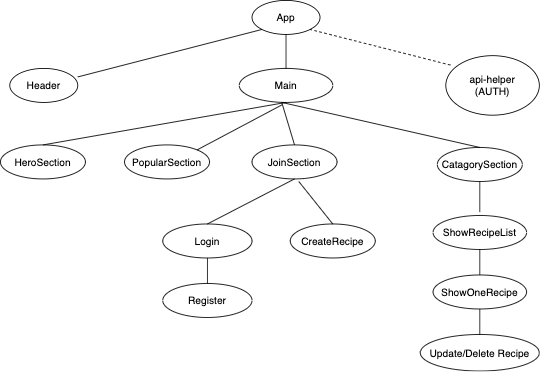
Before: readmeDoc/components.png, a diagram exported from draw.io (kaych26/theRecipeBox). Source tidied: cells renumbered, new cells last; positions are measured from the earlier drawing's top-left corner, leaving out a move shared by most shapes.
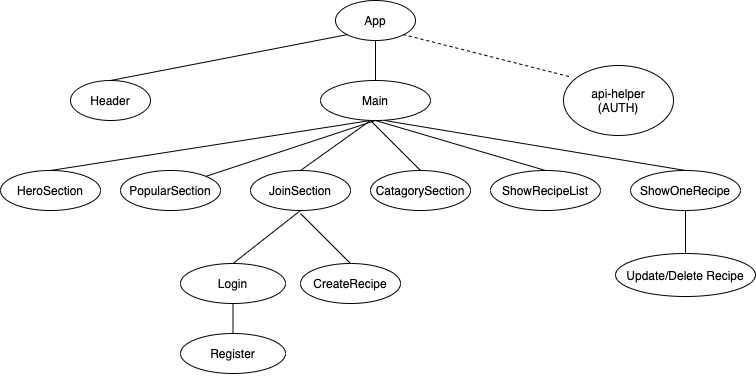
The same diagram one commit later.

Change to the diagram source:
```diff
@@ -12,51 +12,51 @@
       <mxGeometry x="281" y="80" width="110" height="40" as="geometry" />
     </mxCell>
     <mxCell id="5" value="Header" style="ellipse;whiteSpace=wrap;html=1;" parent="1" vertex="1">
-      <mxGeometry x="11" y="80" width="80" height="40" as="geometry" />
+      <mxGeometry x="31" y="80" width="80" height="40" as="geometry" />
     </mxCell>
     <mxCell id="6" value="HeroSection" style="ellipse;whiteSpace=wrap;html=1;" parent="1" vertex="1">
-      <mxGeometry y="170" width="100" height="40" as="geometry" />
+      <mxGeometry x="-39" y="170" width="100" height="40" as="geometry" />
     </mxCell>
     <mxCell id="7" value="PopularSection" style="ellipse;whiteSpace=wrap;html=1;" parent="1" vertex="1">
-      <mxGeometry x="146" y="170" width="100" height="40" as="geometry" />
+      <mxGeometry x="81" y="170" width="100" height="40" as="geometry" />
     </mxCell>
     <mxCell id="8" value="api-helper&lt;br&gt;(AUTH)" style="ellipse;whiteSpace=wrap;html=1;" parent="1" vertex="1">
       <mxGeometry x="524" y="65" width="110" height="70" as="geometry" />
     </mxCell>
     <mxCell id="9" value="Login" style="ellipse;whiteSpace=wrap;html=1;" parent="1" vertex="1">
-      <mxGeometry x="191" y="263" width="105" height="40" as="geometry" />
+      <mxGeometry x="141" y="263" width="105" height="40" as="geometry" />
     </mxCell>
     <mxCell id="10" value="Register" style="ellipse;whiteSpace=wrap;html=1;" parent="1" vertex="1">
-      <mxGeometry x="191" y="333" width="105" height="40" as="geometry" />
+      <mxGeometry x="141" y="333" width="105" height="40" as="geometry" />
     </mxCell>
     <mxCell id="11" value="CreateRecipe" style="ellipse;whiteSpace=wrap;html=1;" parent="1" vertex="1">
-      <mxGeometry x="341" y="263" width="100" height="40" as="geometry" />
+      <mxGeometry x="261" y="263" width="100" height="40" as="geometry" />
     </mxCell>
     <mxCell id="12" value="Update/Delete Recipe" style="ellipse;whiteSpace=wrap;html=1;" parent="1" vertex="1">
-      <mxGeometry x="494" y="393" width="140" height="43" as="geometry" />
+      <mxGeometry x="576" y="253" width="140" height="43" as="geometry" />
     </mxCell>
     <mxCell id="13" value="ShowRecipeList" style="ellipse;whiteSpace=wrap;html=1;" parent="1" vertex="1">
-      <mxGeometry x="509" y="253" width="110" height="40" as="geometry" />
+      <mxGeometry x="451" y="170" width="110" height="40" as="geometry" />
     </mxCell>
     <mxCell id="14" value="CatagorySection" style="ellipse;whiteSpace=wrap;html=1;" parent="1" vertex="1">
-      <mxGeometry x="514" y="173" width="100" height="40" as="geometry" />
+      <mxGeometry x="331" y="170" width="100" height="40" as="geometry" />
     </mxCell>
     <mxCell id="15" value="JoinSection" style="ellipse;whiteSpace=wrap;html=1;" parent="1" vertex="1">
-      <mxGeometry x="296" y="170" width="100" height="40" as="geometry" />
+      <mxGeometry x="211" y="170" width="100" height="40" as="geometry" />
     </mxCell>
     <mxCell id="16" value="ShowOneRecipe" style="ellipse;whiteSpace=wrap;html=1;" parent="1" vertex="1">
-      <mxGeometry x="509" y="323" width="110" height="40" as="geometry" />
+      <mxGeometry x="591" y="170" width="110" height="40" as="geometry" />
     </mxCell>
     <mxCell id="17" style="edgeStyle=orthogonalEdgeStyle;rounded=0;orthogonalLoop=1;jettySize=auto;html=1;exitX=0.5;exitY=1;exitDx=0;exitDy=0;" parent="1" edge="1" source="10" target="10">
       <mxGeometry relative="1" as="geometry" />
     </mxCell>
-    <mxCell id="18" style="endArrow=none;html=1;entryX=0;entryY=1;entryDx=0;entryDy=0;" parent="1" edge="1" target="2">
-      <mxGeometry relative="1" as="geometry">
-        <mxPoint x="91" y="90" as="sourcePoint" />
-      </mxGeometry>
+    <mxCell id="18" style="endArrow=none;html=1;entryX=0;entryY=1;entryDx=0;entryDy=0;exitX=0.5;exitY=0;exitDx=0;exitDy=0;" parent="1" edge="1" source="5" target="2">
+      <mxGeometry relative="1" as="geometry" />
     </mxCell>
-    <mxCell id="19" style="endArrow=none;html=1;entryX=0.5;entryY=1;entryDx=0;entryDy=0;exitX=0.5;exitY=0;exitDx=0;exitDy=0;" parent="1" edge="1" source="6" target="4">
-      <mxGeometry relative="1" as="geometry" />
+    <mxCell id="19" style="endArrow=none;html=1;exitX=0.5;exitY=0;exitDx=0;exitDy=0;" parent="1" edge="1" source="6">
+      <mxGeometry relative="1" as="geometry">
+        <mxPoint x="331" y="120" as="targetPoint" />
+      </mxGeometry>
     </mxCell>
     <mxCell id="20" style="endArrow=none;html=1;exitX=0.5;exitY=0;exitDx=0;exitDy=0;" parent="1" edge="1" source="15">
       <mxGeometry relative="1" as="geometry">
@@ -68,15 +68,11 @@
         <mxPoint x="331" y="120" as="targetPoint" />
       </mxGeometry>
     </mxCell>
-    <mxCell id="22" style="endArrow=none;html=1;entryX=0.5;entryY=1;entryDx=0;entryDy=0;" parent="1" edge="1" target="14">
-      <mxGeometry relative="1" as="geometry">
-        <mxPoint x="564" y="249" as="sourcePoint" />
-      </mxGeometry>
+    <mxCell id="22" style="endArrow=none;html=1;entryX=0.5;entryY=1;entryDx=0;entryDy=0;exitX=0.5;exitY=0;exitDx=0;exitDy=0;" parent="1" edge="1" source="13" target="4">
+      <mxGeometry relative="1" as="geometry" />
     </mxCell>
-    <mxCell id="23" style="endArrow=none;html=1;exitX=1;exitY=0;exitDx=0;exitDy=0;" parent="1" edge="1" source="7">
-      <mxGeometry relative="1" as="geometry">
-        <mxPoint x="331" y="123" as="targetPoint" />
-      </mxGeometry>
+    <mxCell id="23" style="endArrow=none;html=1;exitX=1;exitY=0;exitDx=0;exitDy=0;entryX=0.5;entryY=1;entryDx=0;entryDy=0;" parent="1" edge="1" source="7" target="4">
+      <mxGeometry relative="1" as="geometry" />
     </mxCell>
     <mxCell id="24" style="endArrow=none;html=1;exitX=0.5;exitY=0;exitDx=0;exitDy=0;entryX=0.5;entryY=1;entryDx=0;entryDy=0;" parent="1" edge="1" source="9" target="15">
       <mxGeometry relative="1" as="geometry" />
@@ -86,10 +82,10 @@
     </mxCell>
     <mxCell id="26" style="endArrow=none;html=1;exitX=0.5;exitY=0;exitDx=0;exitDy=0;" parent="1" edge="1" source="11">
       <mxGeometry relative="1" as="geometry">
-        <mxPoint x="351" y="213" as="targetPoint" />
+        <mxPoint x="261" y="213" as="targetPoint" />
       </mxGeometry>
     </mxCell>
-    <mxCell id="27" style="endArrow=none;html=1;entryX=0.5;entryY=1;entryDx=0;entryDy=0;exitX=0.5;exitY=0;exitDx=0;exitDy=0;" parent="1" edge="1" source="16" target="13">
+    <mxCell id="27" style="endArrow=none;html=1;exitX=0.5;exitY=0;exitDx=0;exitDy=0;entryX=0.582;entryY=1;entryDx=0;entryDy=0;entryPerimeter=0;" parent="1" edge="1" source="16" target="4">
       <mxGeometry relative="1" as="geometry" />
     </mxCell>
     <mxCell id="28" style="endArrow=none;html=1;exitX=0.5;exitY=0;exitDx=0;exitDy=0;entryX=0.5;entryY=1;entryDx=0;entryDy=0;" parent="1" edge="1" source="12" target="16">
```
